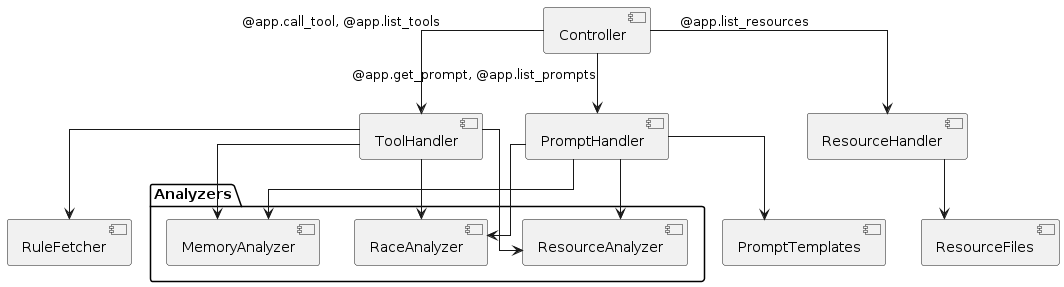
The PlantUML diagram deepl/mcp_server/doc/figure/doc/mcp_internal_component/mcp_internal_component.png in taikt/codefun, before a commit.
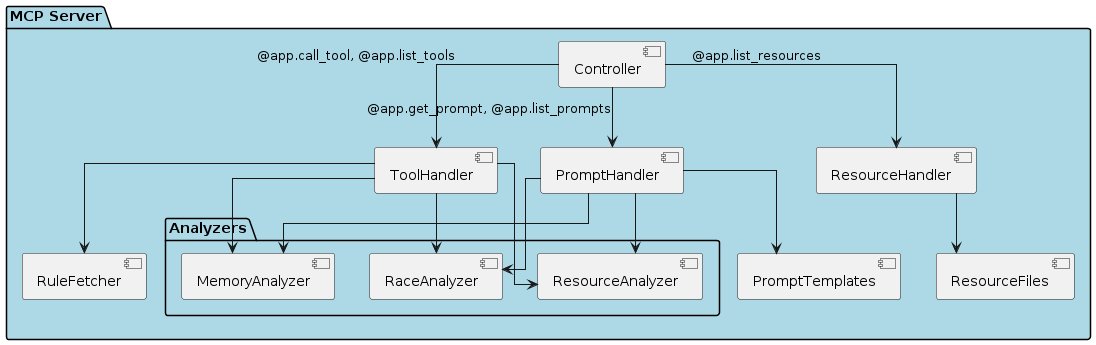
Later version of the same file.

What changed in the source:
```diff
@@ -5,33 +5,35 @@
 skinparam NodeSpacing 100
 skinparam PackagePadding 80
 
-component "Controller" as CONTROLLER
-component "ToolHandler"
-component "PromptHandler"
-component "ResourceHandler"
-package "Analyzers" {
-  component "MemoryAnalyzer"
-  component "ResourceAnalyzer"
-  component "RaceAnalyzer"
+package "MCP Server" #LightBlue {
+  component "Controller" as CONTROLLER
+  component "ToolHandler"
+  component "PromptHandler"
+  component "ResourceHandler"
+  package "Analyzers" {
+    component "MemoryAnalyzer"
+    component "ResourceAnalyzer"
+    component "RaceAnalyzer"
+  }
+  component "RuleFetcher"
+  component "PromptTemplates"
+  component "ResourceFiles"
+
+  CONTROLLER --> ToolHandler : @app.call_tool, @app.list_tools
+  CONTROLLER --> PromptHandler : @app.get_prompt, @app.list_prompts
+  CONTROLLER --> ResourceHandler : @app.list_resources
+
+  ToolHandler --> MemoryAnalyzer
+  ToolHandler --> ResourceAnalyzer
+  ToolHandler --> RaceAnalyzer
+  ToolHandler --> RuleFetcher
+
+  PromptHandler --> PromptTemplates
+  PromptHandler --> MemoryAnalyzer
+  PromptHandler --> ResourceAnalyzer
+  PromptHandler --> RaceAnalyzer
+
+  ResourceHandler --> ResourceFiles
 }
-component "RuleFetcher"
-component "PromptTemplates"
-component "ResourceFiles"
-
-CONTROLLER --> ToolHandler : @app.call_tool, @app.list_tools
-CONTROLLER --> PromptHandler : @app.get_prompt, @app.list_prompts
-CONTROLLER --> ResourceHandler : @app.list_resources
-
-ToolHandler --> MemoryAnalyzer
-ToolHandler --> ResourceAnalyzer
-ToolHandler --> RaceAnalyzer
-ToolHandler --> RuleFetcher
-
-PromptHandler --> PromptTemplates
-PromptHandler --> MemoryAnalyzer
-PromptHandler --> ResourceAnalyzer
-PromptHandler --> RaceAnalyzer
-
-ResourceHandler --> ResourceFiles
 
 @enduml
```
